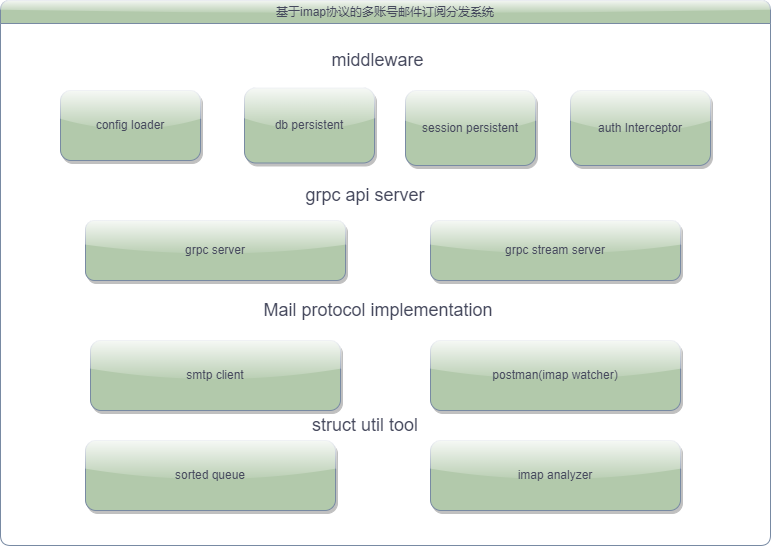
Before: doc/image/系统架构图.png, a diagram exported from draw.io (wujunwei/gomail). Source tidied: cells renumbered, new cells last; positions are measured from the earlier drawing's top-left corner, leaving out a move shared by most shapes.
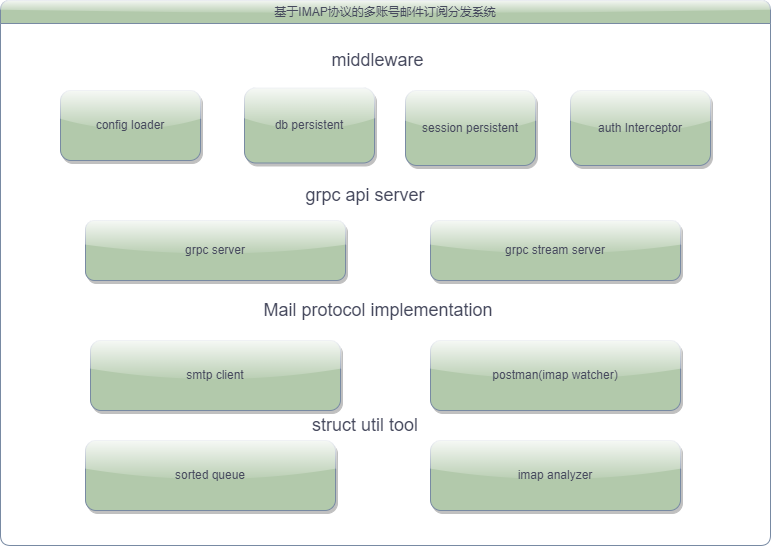
After the change.

Change to the diagram source:
```diff
@@ -2,7 +2,7 @@
   <root>
     <mxCell id="0" />
     <mxCell id="1" parent="0" />
-    <mxCell id="2" value="&lt;span style=&quot;font-weight: 400; text-align: left;&quot;&gt;基于imap协议的多账号邮件订阅分发系统&lt;/span&gt;" style="swimlane;whiteSpace=wrap;html=1;fillColor=#B2C9AB;strokeColor=#788AA3;rounded=1;sketch=0;glass=1;fontColor=#46495D;" parent="1" vertex="1">
+    <mxCell id="2" value="&lt;span style=&quot;font-weight: 400; text-align: left;&quot;&gt;基于IMAP协议的多账号邮件订阅分发系统&lt;/span&gt;" style="swimlane;whiteSpace=wrap;html=1;fillColor=#B2C9AB;strokeColor=#788AA3;rounded=1;sketch=0;glass=1;fontColor=#46495D;" parent="1" vertex="1">
       <mxGeometry width="770" height="545" as="geometry" />
     </mxCell>
     <mxCell id="3" value="config loader" style="rounded=1;whiteSpace=wrap;html=1;fillColor=#B2C9AB;strokeColor=#788AA3;glass=1;shadow=1;fontColor=#46495D;" parent="2" vertex="1">
```
